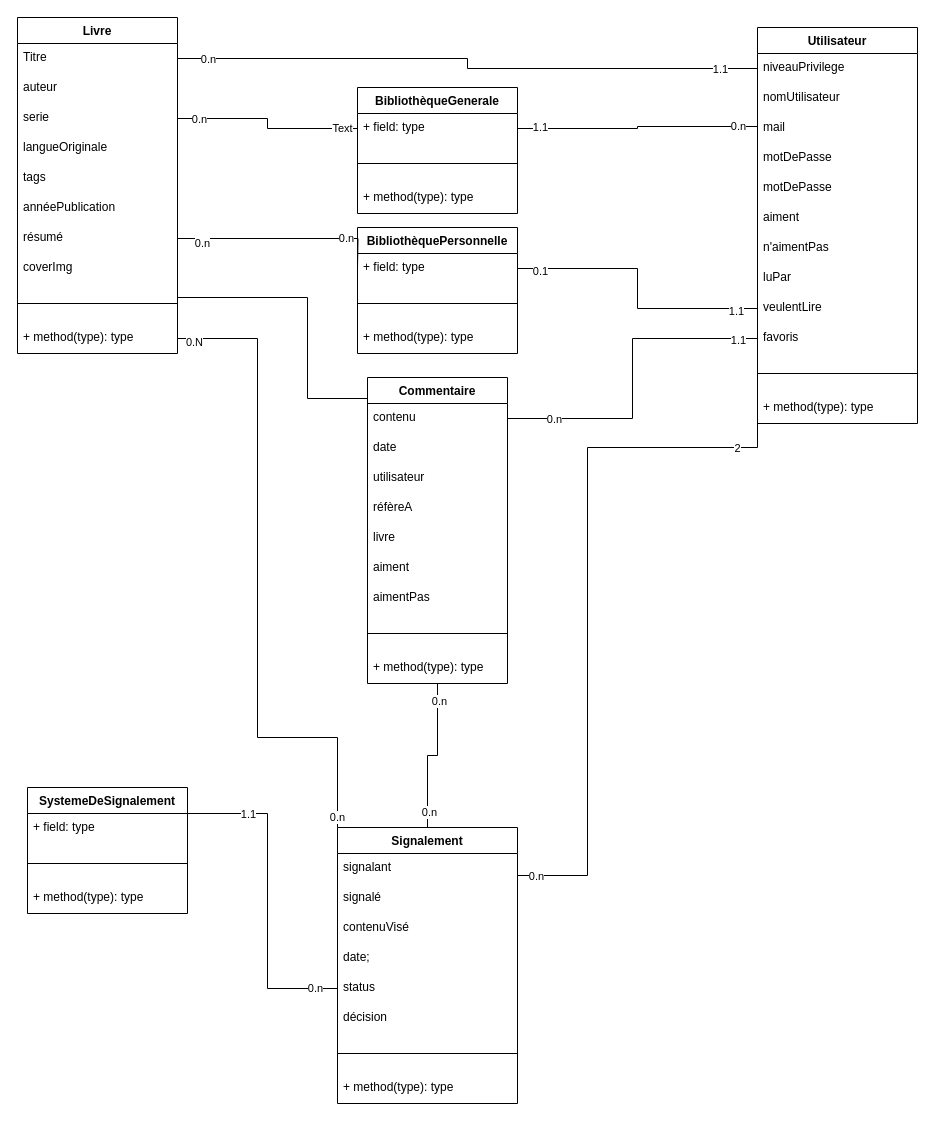
The draw.io diagram DrawWeBookClasses.drawio in caminomenorca/Projet-bibliotheque-poec, before the edit. Source tidied: cells renumbered, new cells numbered last; positions are measured from the earlier drawing's top-left corner, leaving out a move shared by most shapes. Both pictures are drawn from the tidied source at 100%, with x=0, y=0 at pixel (17, 17).
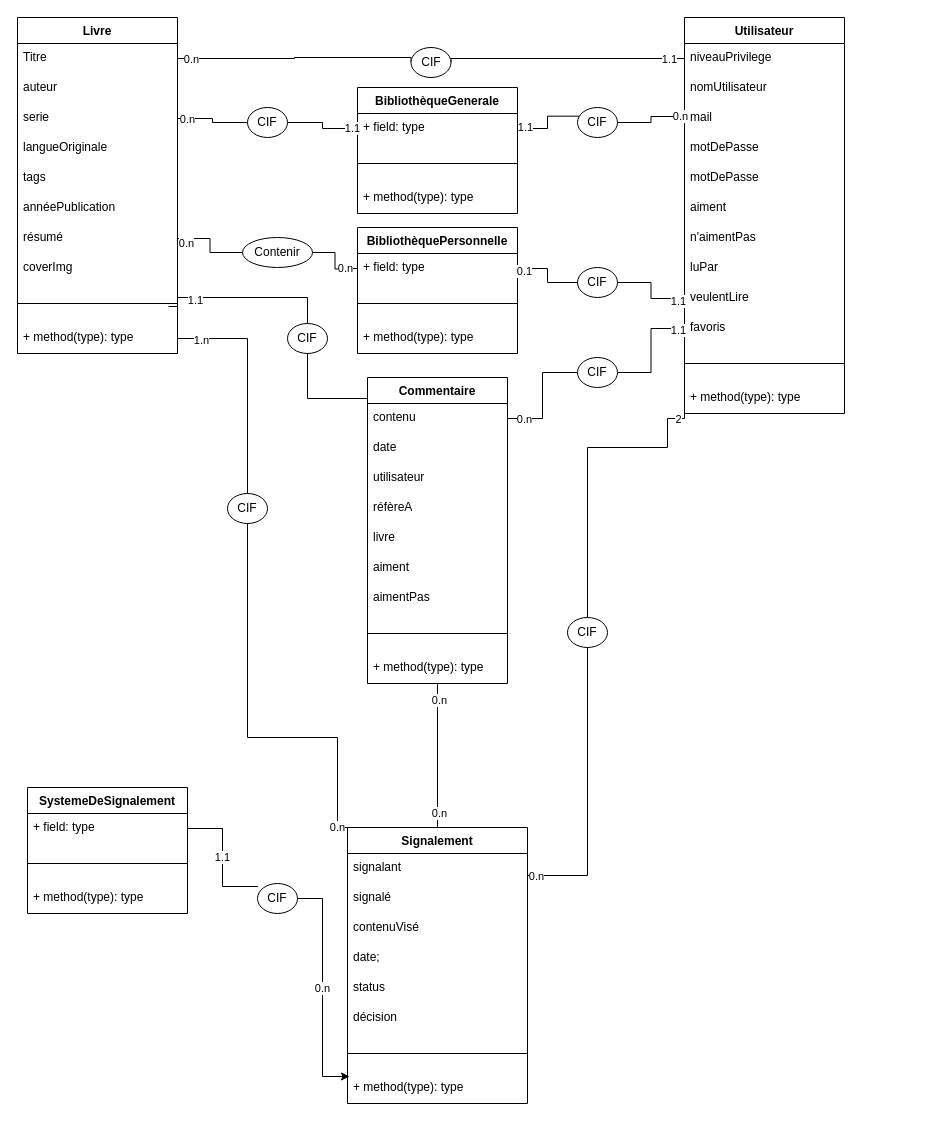
Above is the later version.

The change refers to these unchanged cells:
```xml
<mxCell id="2" value="SystemeDeSignalement" style="swimlane;fontStyle=1;align=center;verticalAlign=top;horizontal=1;startSize=26;" parent="1" vertex="1">
  <mxGeometry x="10" y="770" width="160" height="126" as="geometry" />
</mxCell>
<mxCell id="3" value="+ field: type" style="text;strokeColor=none;fillColor=none;align=left;verticalAlign=top;spacingLeft=4;spacingRight=4;overflow=hidden;points=[[0,0.5],[1,0.5]];portConstraint=eastwest;" parent="2" vertex="1">
  <mxGeometry y="26" width="160" height="30" as="geometry" />
</mxCell>
<mxCell id="7" value="Titre" style="text;strokeColor=none;fillColor=none;align=left;verticalAlign=top;spacingLeft=4;spacingRight=4;overflow=hidden;points=[[0,0.5],[1,0.5]];portConstraint=eastwest;" parent="6" vertex="1">
  <mxGeometry y="26" width="160" height="30" as="geometry" />
</mxCell>
<mxCell id="9" value="serie" style="text;strokeColor=none;fillColor=none;align=left;verticalAlign=top;spacingLeft=4;spacingRight=4;overflow=hidden;points=[[0,0.5],[1,0.5]];portConstraint=eastwest;" parent="6" vertex="1">
  <mxGeometry y="86" width="160" height="30" as="geometry" />
</mxCell>
<mxCell id="13" value="résumé" style="text;strokeColor=none;fillColor=none;align=left;verticalAlign=top;spacingLeft=4;spacingRight=4;overflow=hidden;points=[[0,0.5],[1,0.5]];portConstraint=eastwest;" parent="6" vertex="1">
  <mxGeometry y="206" width="160" height="30" as="geometry" />
</mxCell>
<mxCell id="14" value="coverImg" style="text;strokeColor=none;fillColor=none;align=left;verticalAlign=top;spacingLeft=4;spacingRight=4;overflow=hidden;points=[[0,0.5],[1,0.5]];portConstraint=eastwest;" parent="6" vertex="1">
  <mxGeometry y="236" width="160" height="30" as="geometry" />
</mxCell>
<mxCell id="15" style="line;strokeWidth=1;fillColor=none;align=left;verticalAlign=middle;spacingTop=-1;spacingLeft=3;spacingRight=3;labelPosition=right;points=[];portConstraint=eastwest;strokeColor=inherit;" parent="6" vertex="1">
  <mxGeometry y="266" width="160" height="40" as="geometry" />
</mxCell>
<mxCell id="16" value="+ method(type): type" style="text;strokeColor=none;fillColor=none;align=left;verticalAlign=top;spacingLeft=4;spacingRight=4;overflow=hidden;points=[[0,0.5],[1,0.5]];portConstraint=eastwest;" parent="6" vertex="1">
  <mxGeometry y="306" width="160" height="30" as="geometry" />
</mxCell>
<mxCell id="18" value="niveauPrivilege&#10;" style="text;strokeColor=none;fillColor=none;align=left;verticalAlign=top;spacingLeft=4;spacingRight=4;overflow=hidden;points=[[0,0.5],[1,0.5]];portConstraint=eastwest;" parent="17" vertex="1">
  <mxGeometry y="26" width="160" height="30" as="geometry" />
</mxCell>
<mxCell id="26" value="veulentLire" style="text;strokeColor=none;fillColor=none;align=left;verticalAlign=top;spacingLeft=4;spacingRight=4;overflow=hidden;points=[[0,0.5],[1,0.5]];portConstraint=eastwest;" parent="17" vertex="1">
  <mxGeometry y="266" width="160" height="30" as="geometry" />
</mxCell>
<mxCell id="27" value="favoris" style="text;strokeColor=none;fillColor=none;align=left;verticalAlign=top;spacingLeft=4;spacingRight=4;overflow=hidden;points=[[0,0.5],[1,0.5]];portConstraint=eastwest;" parent="17" vertex="1">
  <mxGeometry y="296" width="160" height="30" as="geometry" />
</mxCell>
<mxCell id="29" value="+ method(type): type" style="text;strokeColor=none;fillColor=none;align=left;verticalAlign=top;spacingLeft=4;spacingRight=4;overflow=hidden;points=[[0,0.5],[1,0.5]];portConstraint=eastwest;" parent="17" vertex="1">
  <mxGeometry y="366" width="160" height="30" as="geometry" />
</mxCell>
<mxCell id="31" value="+ field: type" style="text;strokeColor=none;fillColor=none;align=left;verticalAlign=top;spacingLeft=4;spacingRight=4;overflow=hidden;points=[[0,0.5],[1,0.5]];portConstraint=eastwest;" parent="30" vertex="1">
  <mxGeometry y="26" width="160" height="30" as="geometry" />
</mxCell>
<mxCell id="38" value="contenu" style="text;strokeColor=none;fillColor=none;align=left;verticalAlign=top;spacingLeft=4;spacingRight=4;overflow=hidden;points=[[0,0.5],[1,0.5]];portConstraint=eastwest;" parent="37" vertex="1">
  <mxGeometry y="26" width="140" height="30" as="geometry" />
</mxCell>
<mxCell id="48" value="+ field: type" style="text;strokeColor=none;fillColor=none;align=left;verticalAlign=top;spacingLeft=4;spacingRight=4;overflow=hidden;points=[[0,0.5],[1,0.5]];portConstraint=eastwest;" parent="47" vertex="1">
  <mxGeometry y="26" width="160" height="30" as="geometry" />
</mxCell>
<mxCell id="59" value="status" style="text;strokeColor=none;fillColor=none;align=left;verticalAlign=top;spacingLeft=4;spacingRight=4;overflow=hidden;points=[[0,0.5],[1,0.5]];portConstraint=eastwest;" parent="54" vertex="1">
  <mxGeometry y="146" width="180" height="30" as="geometry" />
</mxCell>
<mxCell id="62" value="+ method(type): type" style="text;strokeColor=none;fillColor=none;align=left;verticalAlign=top;spacingLeft=4;spacingRight=4;overflow=hidden;points=[[0,0.5],[1,0.5]];portConstraint=eastwest;" parent="54" vertex="1">
  <mxGeometry y="246" width="180" height="30" as="geometry" />
</mxCell>
```

Diff of the diagram source:
```diff
@@
     <mxCell id="17" value="Utilisateur" style="swimlane;fontStyle=1;align=center;verticalAlign=top;horizontal=1;startSize=26;" parent="1" vertex="1">
-      <mxGeometry x="740" y="10" width="160" height="396" as="geometry" />
+      <mxGeometry x="667" width="160" height="396" as="geometry" />
     </mxCell>
@@
-    <mxCell id="51" style="edgeStyle=orthogonalEdgeStyle;rounded=0;jettySize=auto;html=1;entryX=0;entryY=0.5;entryDx=0;entryDy=0;endArrow=none;endFill=0;" parent="1" edge="1" source="54" target="29">
+    <mxCell id="51" style="edgeStyle=orthogonalEdgeStyle;rounded=0;jettySize=auto;html=1;entryX=0;entryY=0.5;entryDx=0;entryDy=0;endArrow=none;endFill=0;startArrow=none;" parent="1" edge="1" source="102" target="29">
       <mxGeometry relative="1" as="geometry">
         <Array as="points">
-          <mxPoint x="570" y="858" />
           <mxPoint x="570" y="430" />
-          <mxPoint x="740" y="430" />
+          <mxPoint x="650" y="430" />
+          <mxPoint x="650" y="401" />
         </Array>
       </mxGeometry>
     </mxCell>
-    <mxCell id="52" value="0.n" style="edgeLabel;html=1;align=center;verticalAlign=middle;" parent="51" vertex="1">
-      <mxGeometry x="-0.95" relative="1" as="geometry" />
-    </mxCell>
@@
     <mxCell id="54" value="Signalement" style="swimlane;fontStyle=1;align=center;verticalAlign=top;horizontal=1;startSize=26;" parent="1" vertex="1">
-      <mxGeometry x="320" y="810" width="180" height="276" as="geometry" />
+      <mxGeometry x="330" y="810" width="180" height="276" as="geometry" />
     </mxCell>
@@
-    <mxCell id="63" style="edgeStyle=orthogonalEdgeStyle;rounded=0;jettySize=auto;html=1;exitX=1;exitY=0.5;exitDx=0;exitDy=0;entryX=0;entryY=0.5;entryDx=0;entryDy=0;endArrow=none;endFill=0;" parent="1" edge="1" source="7" target="18">
-      <mxGeometry relative="1" as="geometry" />
+    <mxCell id="63" style="edgeStyle=orthogonalEdgeStyle;rounded=0;jettySize=auto;html=1;exitX=1;exitY=0.5;exitDx=0;exitDy=0;entryX=0;entryY=0.5;entryDx=0;entryDy=0;endArrow=none;endFill=0;startArrow=none;" parent="1" edge="1" source="90" target="18">
+      <mxGeometry relative="1" as="geometry">
+        <Array as="points">
+          <mxPoint x="434" y="41" />
+        </Array>
+      </mxGeometry>
     </mxCell>
-    <mxCell id="64" value="0.n" style="edgeLabel;html=1;align=center;verticalAlign=middle;" parent="63" vertex="1">
-      <mxGeometry x="-0.9" y="-1" relative="1" as="geometry">
-        <mxPoint x="1" y="-1" as="offset" />
-      </mxGeometry>
-    </mxCell>
@@
-    <mxCell id="66" style="edgeStyle=orthogonalEdgeStyle;rounded=0;jettySize=auto;html=1;exitX=1;exitY=0.5;exitDx=0;exitDy=0;entryX=0;entryY=0.25;entryDx=0;entryDy=0;endArrow=none;endFill=0;" parent="1" edge="1" source="48" target="17">
+    <mxCell id="66" style="edgeStyle=orthogonalEdgeStyle;rounded=0;jettySize=auto;html=1;exitX=1;exitY=0.5;exitDx=0;exitDy=0;entryX=0;entryY=0.25;entryDx=0;entryDy=0;endArrow=none;endFill=0;startArrow=none;" parent="1" edge="1" source="93" target="17">
       <mxGeometry relative="1" as="geometry" />
     </mxCell>
-    <mxCell id="67" value="1.1" style="edgeLabel;html=1;align=center;verticalAlign=middle;" parent="66" vertex="1">
-      <mxGeometry x="-0.82" y="2" relative="1" as="geometry" />
-    </mxCell>
@@
-    <mxCell id="69" style="edgeStyle=orthogonalEdgeStyle;rounded=0;jettySize=auto;html=1;exitX=0;exitY=0.5;exitDx=0;exitDy=0;entryX=1;entryY=0.5;entryDx=0;entryDy=0;endArrow=none;endFill=0;" parent="1" edge="1" source="48" target="9">
+    <mxCell id="69" style="edgeStyle=orthogonalEdgeStyle;rounded=0;jettySize=auto;html=1;exitX=0;exitY=0.5;exitDx=0;exitDy=0;entryX=1;entryY=0.5;entryDx=0;entryDy=0;endArrow=none;endFill=0;startArrow=none;" parent="1" edge="1" source="96" target="9">
       <mxGeometry relative="1" as="geometry" />
     </mxCell>
@@
-    <mxCell id="71" value="Text" style="edgeLabel;html=1;align=center;verticalAlign=middle;" parent="69" vertex="1">
-      <mxGeometry x="-0.83" y="-1" relative="1" as="geometry" />
-    </mxCell>
-    <mxCell id="72" style="edgeStyle=orthogonalEdgeStyle;rounded=0;jettySize=auto;html=1;exitX=1;exitY=0.5;exitDx=0;exitDy=0;entryX=0;entryY=0.5;entryDx=0;entryDy=0;endArrow=none;endFill=0;" parent="1" edge="1" source="31" target="26">
+    <mxCell id="72" style="edgeStyle=orthogonalEdgeStyle;rounded=0;jettySize=auto;html=1;exitX=1;exitY=0.5;exitDx=0;exitDy=0;entryX=0;entryY=0.5;entryDx=0;entryDy=0;endArrow=none;endFill=0;startArrow=none;" parent="1" edge="1" source="107" target="26">
       <mxGeometry relative="1" as="geometry" />
     </mxCell>
-    <mxCell id="73" value="0.1" style="edgeLabel;html=1;align=center;verticalAlign=middle;" parent="72" vertex="1">
-      <mxGeometry x="-0.84" y="-2" relative="1" as="geometry" />
-    </mxCell>
@@
-    <mxCell id="75" style="edgeStyle=orthogonalEdgeStyle;rounded=0;jettySize=auto;html=1;entryX=1;entryY=0.5;entryDx=0;entryDy=0;endArrow=none;endFill=0;" parent="1" edge="1" target="13">
-      <mxGeometry relative="1" as="geometry">
-        <mxPoint x="340" y="251" as="sourcePoint" />
-      </mxGeometry>
+    <mxCell id="75" style="edgeStyle=orthogonalEdgeStyle;rounded=0;jettySize=auto;html=1;entryX=1;entryY=0.5;entryDx=0;entryDy=0;endArrow=none;endFill=0;startArrow=none;" parent="1" edge="1" source="114" target="13">
+      <mxGeometry relative="1" as="geometry" />
     </mxCell>
@@
-    <mxCell id="77" value="0.n" style="edgeLabel;html=1;align=center;verticalAlign=middle;" parent="75" vertex="1">
-      <mxGeometry x="-0.59" y="-1" relative="1" as="geometry">
-        <mxPoint x="1" as="offset" />
-      </mxGeometry>
-    </mxCell>
-    <mxCell id="78" style="edgeStyle=orthogonalEdgeStyle;rounded=0;jettySize=auto;html=1;exitX=0;exitY=0.5;exitDx=0;exitDy=0;entryX=1;entryY=0.833;entryDx=0;entryDy=0;endArrow=none;endFill=0;entryPerimeter=0;" parent="1" edge="1" source="38" target="14">
-      <mxGeometry relative="1" as="geometry">
-        <Array as="points">
-          <mxPoint x="290" y="381" />
-          <mxPoint x="290" y="280" />
-          <mxPoint x="160" y="280" />
-        </Array>
-      </mxGeometry>
-    </mxCell>
-    <mxCell id="79" style="edgeStyle=orthogonalEdgeStyle;rounded=0;jettySize=auto;html=1;exitX=1;exitY=0.5;exitDx=0;exitDy=0;entryX=0;entryY=0.5;entryDx=0;entryDy=0;endArrow=none;endFill=0;" parent="1" edge="1" source="38" target="27">
+    <mxCell id="79" style="edgeStyle=orthogonalEdgeStyle;rounded=0;jettySize=auto;html=1;exitX=1;exitY=0.5;exitDx=0;exitDy=0;entryX=0;entryY=0.5;entryDx=0;entryDy=0;endArrow=none;endFill=0;startArrow=none;" parent="1" edge="1" source="105" target="27">
       <mxGeometry relative="1" as="geometry" />
     </mxCell>
-    <mxCell id="80" value="0.n" style="edgeLabel;html=1;align=center;verticalAlign=middle;" parent="79" vertex="1">
-      <mxGeometry x="-0.72" relative="1" as="geometry" />
-    </mxCell>
@@
-    <mxCell id="82" value="0.n" style="edgeStyle=orthogonalEdgeStyle;rounded=0;jettySize=auto;html=1;entryX=0;entryY=0;entryDx=0;entryDy=0;endArrow=none;endFill=0;exitX=1;exitY=0.5;exitDx=0;exitDy=0;" parent="1" edge="1" source="16" target="54">
+    <mxCell id="82" value="0.n" style="edgeStyle=orthogonalEdgeStyle;rounded=0;jettySize=auto;html=1;entryX=0;entryY=0;entryDx=0;entryDy=0;endArrow=none;endFill=0;exitX=1;exitY=0.5;exitDx=0;exitDy=0;startArrow=none;" parent="1" edge="1" source="16" target="54">
       <mxGeometry x="0.97" relative="1" as="geometry">
         <Array as="points">
-          <mxPoint x="240" y="321" />
-          <mxPoint x="240" y="720" />
+          <mxPoint x="230" y="321" />
+          <mxPoint x="230" y="720" />
           <mxPoint x="320" y="720" />
         </Array>
       </mxGeometry>
     </mxCell>
-    <mxCell id="83" value="0.N" style="edgeLabel;html=1;align=center;verticalAlign=middle;" parent="82" vertex="1">
-      <mxGeometry x="-0.95" y="-3" relative="1" as="geometry" />
-    </mxCell>
-    <mxCell id="84" style="edgeStyle=orthogonalEdgeStyle;rounded=0;jettySize=auto;html=1;entryX=1;entryY=0.124;entryDx=0;entryDy=0;entryPerimeter=0;endArrow=none;endFill=0;" parent="1" edge="1" source="59" target="2">
-      <mxGeometry relative="1" as="geometry">
-        <Array as="points">
-          <mxPoint x="250" y="971" />
-          <mxPoint x="250" y="796" />
-          <mxPoint x="170" y="796" />
-        </Array>
-      </mxGeometry>
-    </mxCell>
-    <mxCell id="85" value="0.n" style="edgeLabel;html=1;align=center;verticalAlign=middle;" parent="84" vertex="1">
-      <mxGeometry x="-0.86" y="-1" relative="1" as="geometry" />
-    </mxCell>
-    <mxCell id="86" value="1.1" style="edgeLabel;html=1;align=center;verticalAlign=middle;" parent="84" vertex="1">
-      <mxGeometry x="0.58" relative="1" as="geometry" />
-    </mxCell>
+    <mxCell id="87" value="1.n" style="edgeLabel;html=1;align=center;verticalAlign=middle;" parent="82" vertex="1">
+      <mxGeometry x="-0.93" y="-1" relative="1" as="geometry" />
+    </mxCell>
+    <mxCell id="88" style="edgeStyle=orthogonalEdgeStyle;rounded=0;jettySize=auto;html=1;exitX=1;exitY=0.5;exitDx=0;exitDy=0;entryX=0;entryY=0.5;entryDx=0;entryDy=0;endArrow=none;endFill=0;" parent="1" edge="1" source="7" target="90">
+      <mxGeometry relative="1" as="geometry">
+        <Array as="points">
+          <mxPoint x="277" y="41" />
+          <mxPoint x="277" y="40" />
+          <mxPoint x="394" y="40" />
+        </Array>
+      </mxGeometry>
+    </mxCell>
+    <mxCell id="89" value="0.n" style="edgeLabel;html=1;align=center;verticalAlign=middle;" parent="88" vertex="1">
+      <mxGeometry x="-0.9" y="-1" relative="1" as="geometry">
+        <mxPoint x="1" y="-1" as="offset" />
+      </mxGeometry>
+    </mxCell>
+    <mxCell id="90" value="CIF" style="ellipse;whiteSpace=wrap;html=1;" parent="1" vertex="1">
+      <mxGeometry x="393.5" y="30" width="40" height="30" as="geometry" />
+    </mxCell>
+    <mxCell id="91" style="edgeStyle=orthogonalEdgeStyle;rounded=0;jettySize=auto;html=1;exitX=1;exitY=0.5;exitDx=0;exitDy=0;entryX=0;entryY=0.25;entryDx=0;entryDy=0;endArrow=none;endFill=0;" parent="1" edge="1" source="48" target="93">
+      <mxGeometry relative="1" as="geometry" />
+    </mxCell>
+    <mxCell id="92" value="1.1" style="edgeLabel;html=1;align=center;verticalAlign=middle;" parent="91" vertex="1">
+      <mxGeometry x="-0.82" y="2" relative="1" as="geometry" />
+    </mxCell>
+    <mxCell id="93" value="CIF" style="ellipse;whiteSpace=wrap;html=1;" parent="1" vertex="1">
+      <mxGeometry x="560" y="90" width="40" height="30" as="geometry" />
+    </mxCell>
+    <mxCell id="94" style="edgeStyle=orthogonalEdgeStyle;rounded=0;jettySize=auto;html=1;exitX=0;exitY=0.5;exitDx=0;exitDy=0;entryX=1;entryY=0.5;entryDx=0;entryDy=0;endArrow=none;endFill=0;" parent="1" edge="1" source="48" target="96">
+      <mxGeometry relative="1" as="geometry" />
+    </mxCell>
+    <mxCell id="95" value="1.1" style="edgeLabel;html=1;align=center;verticalAlign=middle;" parent="94" vertex="1">
+      <mxGeometry x="-0.83" y="-1" relative="1" as="geometry" />
+    </mxCell>
+    <mxCell id="96" value="CIF" style="ellipse;whiteSpace=wrap;html=1;" parent="1" vertex="1">
+      <mxGeometry x="230" y="90" width="40" height="30" as="geometry" />
+    </mxCell>
+    <mxCell id="97" value="0.n" style="edgeStyle=orthogonalEdgeStyle;rounded=0;jettySize=auto;html=1;exitX=1;exitY=0.5;exitDx=0;exitDy=0;entryX=0.011;entryY=0.1;entryDx=0;entryDy=0;entryPerimeter=0;startArrow=none;" parent="1" edge="1" source="99" target="62">
+      <mxGeometry relative="1" as="geometry" />
+    </mxCell>
+    <mxCell id="98" value="1.1" style="edgeStyle=orthogonalEdgeStyle;rounded=0;jettySize=auto;html=1;exitX=1;exitY=0.5;exitDx=0;exitDy=0;entryX=0.011;entryY=0.1;entryDx=0;entryDy=0;entryPerimeter=0;endArrow=none;" parent="1" edge="1" source="3" target="99">
+      <mxGeometry relative="1" as="geometry" />
+    </mxCell>
+    <mxCell id="99" value="CIF" style="ellipse;whiteSpace=wrap;html=1;" parent="1" vertex="1">
+      <mxGeometry x="240" y="866" width="40" height="30" as="geometry" />
+    </mxCell>
+    <mxCell id="100" style="edgeStyle=orthogonalEdgeStyle;rounded=0;jettySize=auto;html=1;entryX=0;entryY=0.5;entryDx=0;entryDy=0;endArrow=none;endFill=0;" parent="1" edge="1" source="54" target="102">
+      <mxGeometry relative="1" as="geometry">
+        <Array as="points">
+          <mxPoint x="570" y="858" />
+        </Array>
+      </mxGeometry>
+    </mxCell>
+    <mxCell id="101" value="0.n" style="edgeLabel;html=1;align=center;verticalAlign=middle;" parent="100" vertex="1">
+      <mxGeometry x="-0.95" relative="1" as="geometry" />
+    </mxCell>
+    <mxCell id="102" value="CIF" style="ellipse;whiteSpace=wrap;html=1;" parent="1" vertex="1">
+      <mxGeometry x="550" y="600" width="40" height="30" as="geometry" />
+    </mxCell>
+    <mxCell id="103" style="edgeStyle=orthogonalEdgeStyle;rounded=0;jettySize=auto;html=1;exitX=1;exitY=0.5;exitDx=0;exitDy=0;entryX=0;entryY=0.5;entryDx=0;entryDy=0;endArrow=none;endFill=0;" parent="1" edge="1" source="38" target="105">
+      <mxGeometry relative="1" as="geometry" />
+    </mxCell>
+    <mxCell id="104" value="0.n" style="edgeLabel;html=1;align=center;verticalAlign=middle;" parent="103" vertex="1">
+      <mxGeometry x="-0.72" relative="1" as="geometry" />
+    </mxCell>
+    <mxCell id="105" value="CIF" style="ellipse;whiteSpace=wrap;html=1;" parent="1" vertex="1">
+      <mxGeometry x="560" y="340" width="40" height="30" as="geometry" />
+    </mxCell>
+    <mxCell id="106" style="edgeStyle=orthogonalEdgeStyle;rounded=0;jettySize=auto;html=1;exitX=1;exitY=0.5;exitDx=0;exitDy=0;entryX=0;entryY=0.5;entryDx=0;entryDy=0;endArrow=none;endFill=0;" parent="1" edge="1" source="31" target="107">
+      <mxGeometry relative="1" as="geometry" />
+    </mxCell>
+    <mxCell id="73" value="0.1" style="edgeLabel;html=1;align=center;verticalAlign=middle;" parent="106" vertex="1">
+      <mxGeometry x="-0.84" y="-2" relative="1" as="geometry" />
+    </mxCell>
+    <mxCell id="107" value="CIF" style="ellipse;whiteSpace=wrap;html=1;" parent="1" vertex="1">
+      <mxGeometry x="560" y="250" width="40" height="30" as="geometry" />
+    </mxCell>
+    <mxCell id="108" style="edgeStyle=orthogonalEdgeStyle;rounded=0;jettySize=auto;html=1;exitX=0;exitY=0.5;exitDx=0;exitDy=0;endArrow=none;endFill=0;entryX=0.944;entryY=0.575;entryDx=0;entryDy=0;entryPerimeter=0;" parent="1" edge="1" source="38" target="15">
+      <mxGeometry relative="1" as="geometry">
+        <Array as="points">
+          <mxPoint x="350" y="381" />
+          <mxPoint x="290" y="381" />
+          <mxPoint x="290" y="280" />
+          <mxPoint x="160" y="280" />
+          <mxPoint x="160" y="289" />
+        </Array>
+      </mxGeometry>
+    </mxCell>
+    <mxCell id="109" value="1.1" style="edgeLabel;html=1;align=center;verticalAlign=middle;" parent="108" vertex="1">
+      <mxGeometry x="0.79" y="2" relative="1" as="geometry" />
+    </mxCell>
+    <mxCell id="110" value="CIF" style="ellipse;whiteSpace=wrap;html=1;" parent="1" vertex="1">
+      <mxGeometry x="270" y="306" width="40" height="30" as="geometry" />
+    </mxCell>
+    <mxCell id="111" value="CIF" style="ellipse;whiteSpace=wrap;html=1;" parent="1" vertex="1">
+      <mxGeometry x="210" y="476" width="40" height="30" as="geometry" />
+    </mxCell>
+    <mxCell id="112" style="edgeStyle=orthogonalEdgeStyle;rounded=0;jettySize=auto;html=1;entryX=1;entryY=0.5;entryDx=0;entryDy=0;endArrow=none;endFill=0;" parent="1" edge="1" target="114">
+      <mxGeometry relative="1" as="geometry">
+        <mxPoint x="340" y="251" as="sourcePoint" />
+      </mxGeometry>
+    </mxCell>
+    <mxCell id="113" value="0.n" style="edgeLabel;html=1;align=center;verticalAlign=middle;" parent="112" vertex="1">
+      <mxGeometry x="-0.59" y="-1" relative="1" as="geometry">
+        <mxPoint x="1" as="offset" />
+      </mxGeometry>
+    </mxCell>
+    <mxCell id="114" value="Contenir" style="ellipse;whiteSpace=wrap;html=1;" parent="1" vertex="1">
+      <mxGeometry x="225" y="220" width="70" height="30" as="geometry" />
+    </mxCell>
```
